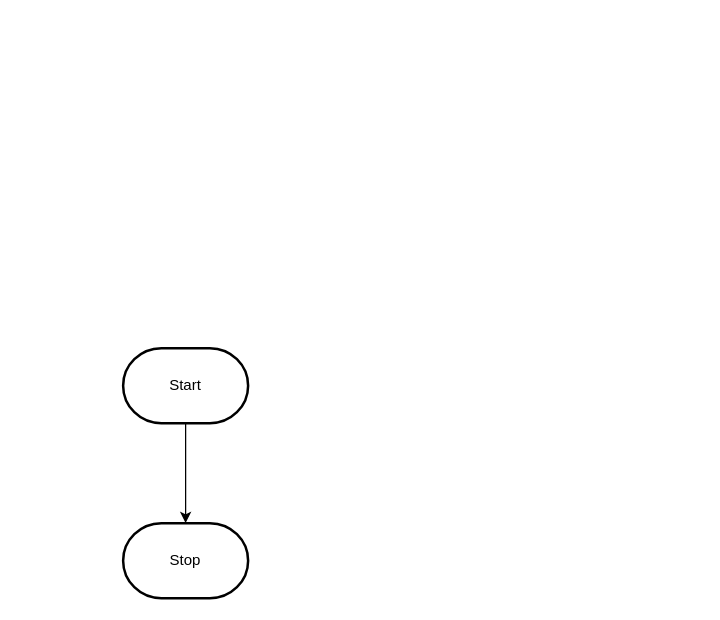
Earlier version of the draw.io diagram design/flowchart.drawio (MTHS-ICD2O-1-2023/ICD2O-Unit-3-03-fetuha-gebremekeal). Source tidied: cells renumbered, new cells numbered last; positions are measured from the earlier drawing's top-left corner, leaving out a move shared by most shapes. Both pictures are drawn from the tidied source at 125%, with x=0, y=0 at pixel (122, 348).
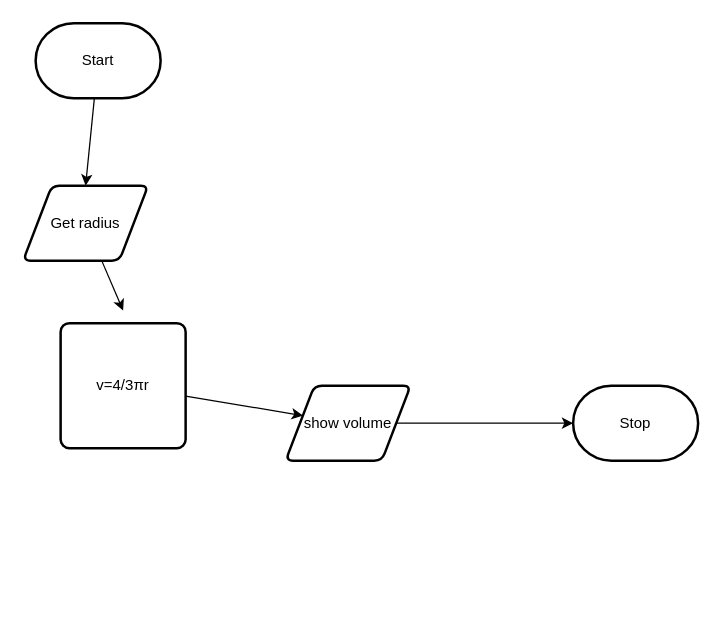
The same diagram, later.

Diff of the diagram source:
```diff
@@
 <mxGraphModel>
   <root>
     <mxCell id="0" />
     <mxCell id="1" parent="0" />
-    <mxCell id="2" style="edgeStyle=orthogonalEdgeStyle;html=1;rounded=0;" parent="1" edge="1" source="3" target="4">
-      <mxGeometry relative="1" as="geometry" />
-    </mxCell>
+    <mxCell id="5" style="edgeStyle=none;html=1;entryX=0.5;entryY=0;entryDx=0;entryDy=0;" parent="1" edge="1" source="3" target="2">
+      <mxGeometry relative="1" as="geometry" />
+    </mxCell>
     <mxCell id="3" value="Start" style="strokeWidth=2;html=1;shape=mxgraph.flowchart.terminator;whiteSpace=wrap;" parent="1" vertex="1">
-      <mxGeometry width="100" height="60" as="geometry" />
+      <mxGeometry x="-70" y="-260" width="100" height="60" as="geometry" />
     </mxCell>
     <mxCell id="4" value="Stop" style="strokeWidth=2;html=1;shape=mxgraph.flowchart.terminator;whiteSpace=wrap;" parent="1" vertex="1">
-      <mxGeometry y="140" width="100" height="60" as="geometry" />
+      <mxGeometry x="360" y="30" width="100" height="60" as="geometry" />
     </mxCell>
+    <mxCell id="6" style="edgeStyle=none;html=1;" parent="1" edge="1" source="2">
+      <mxGeometry relative="1" as="geometry">
+        <mxPoint y="-30" as="targetPoint" />
+      </mxGeometry>
+    </mxCell>
+    <mxCell id="2" value="Get radius" style="shape=parallelogram;html=1;strokeWidth=2;perimeter=parallelogramPerimeter;whiteSpace=wrap;rounded=1;arcSize=12;size=0.23;" parent="1" vertex="1">
+      <mxGeometry x="-80" y="-130" width="100" height="60" as="geometry" />
+    </mxCell>
+    <mxCell id="7" style="edgeStyle=none;html=1;" parent="1" edge="1" source="8" target="10">
+      <mxGeometry relative="1" as="geometry" />
+    </mxCell>
+    <mxCell id="8" value="v=4/3πr" style="rounded=1;whiteSpace=wrap;html=1;absoluteArcSize=1;arcSize=14;strokeWidth=2;" parent="1" vertex="1">
+      <mxGeometry x="-50" y="-20" width="100" height="100" as="geometry" />
+    </mxCell>
+    <mxCell id="9" style="edgeStyle=none;html=1;entryX=0;entryY=0.5;entryDx=0;entryDy=0;entryPerimeter=0;" parent="1" edge="1" source="10" target="4">
+      <mxGeometry relative="1" as="geometry" />
+    </mxCell>
+    <mxCell id="10" value="show volume" style="shape=parallelogram;html=1;strokeWidth=2;perimeter=parallelogramPerimeter;whiteSpace=wrap;rounded=1;arcSize=12;size=0.23;" parent="1" vertex="1">
+      <mxGeometry x="130" y="30" width="100" height="60" as="geometry" />
+    </mxCell>
   </root>
 </mxGraphModel>
```
